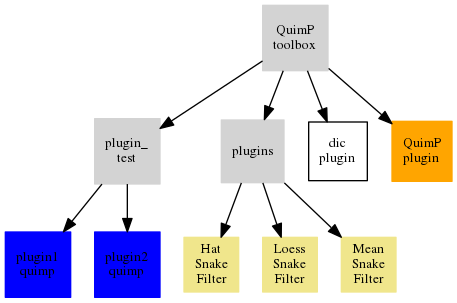
CellDynamics/QuimP keeps this Graphviz diagram as Doxygen_doc/maven-structure.png. Above is the earlier version. Its source is kept beside it as Doxygen_doc/maven-structure.dot. Source of this version:
```dot
digraph G {
node [shape = square,fontsize=10];
qt [color=lightgray,style=filled,label="QuimP\ntoolbox"];
pt [color=lightgray,style=filled,label="plugin_\ntest"];
p [color=lightgray,style=filled,label="plugins"];
dp [label="dic\nplugin"];
qp [label="QuimP\nplugin",color=Orange,style=filled];
p1 [label="plugin1\nquimp",color=Blue,style=filled];
p2 [label="plugin2\nquimp",color=Blue,style=filled];
H [label="Hat\nSnake\nFilter",color=Khaki,style=filled];
L [label="Loess\nSnake\nFilter",color=Khaki,style=filled];
M [label="Mean\nSnake\nFilter",color=Khaki,style=filled];

qt->dp
qt->qp
qt->pt
qt->p
pt->p1
pt->p2
p->H
p->L
p->M
}
```
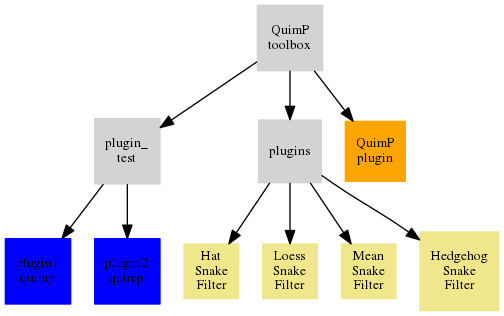
Later version of the same file.

Change to the diagram source:
```diff
@@ -3,15 +3,14 @@
 qt [color=lightgray,style=filled,label="QuimP\ntoolbox"];
 pt [color=lightgray,style=filled,label="plugin_\ntest"];
 p [color=lightgray,style=filled,label="plugins"];
-dp [label="dic\nplugin"];
 qp [label="QuimP\nplugin",color=Orange,style=filled];
 p1 [label="plugin1\nquimp",color=Blue,style=filled];
 p2 [label="plugin2\nquimp",color=Blue,style=filled];
 H [label="Hat\nSnake\nFilter",color=Khaki,style=filled];
 L [label="Loess\nSnake\nFilter",color=Khaki,style=filled];
 M [label="Mean\nSnake\nFilter",color=Khaki,style=filled];
+HE [label="Hedgehog\nSnake\nFilter",color=Khaki,style=filled];
 
-qt->dp
 qt->qp
 qt->pt
 qt->p
@@ -20,4 +19,5 @@
 p->H
 p->L
 p->M
+p->HE
 }
```
